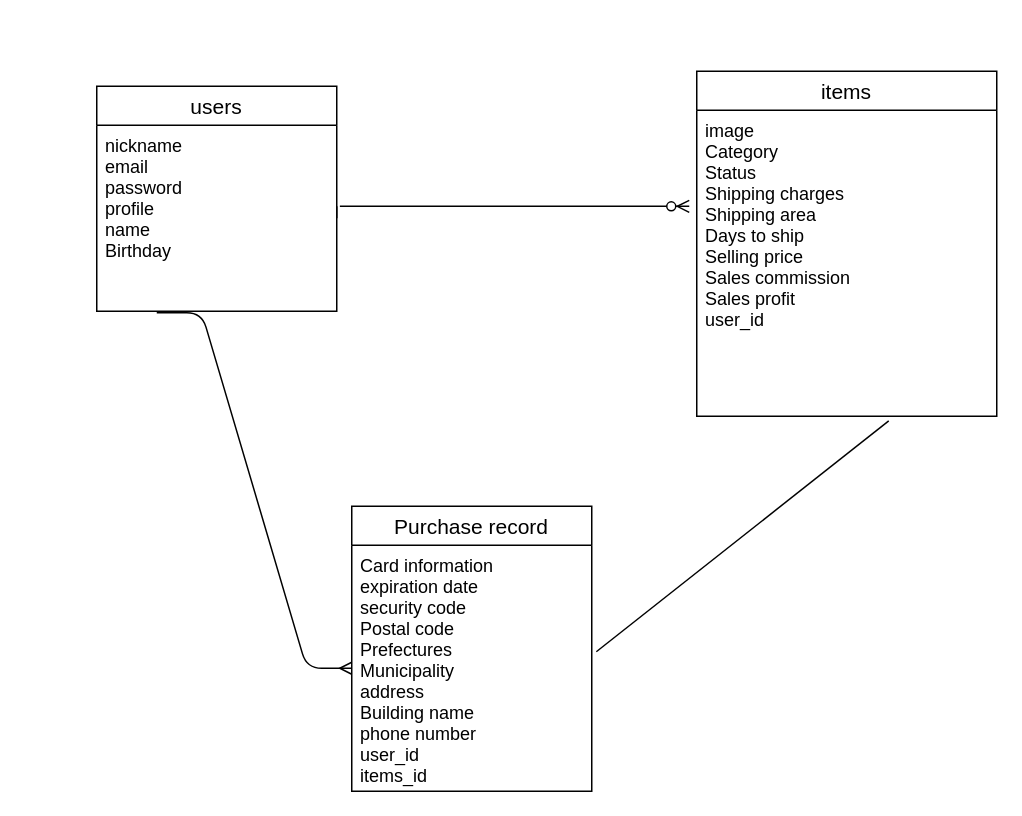
Before: ER.dio in sasasa555/furima-34585, a draw.io diagram. Source tidied: cells renumbered, new cells numbered last; positions are measured from the earlier drawing's top-left corner, leaving out a move shared by most shapes. Both pictures are drawn from the tidied source at 150%, with x=0, y=0 at pixel (96, 70).
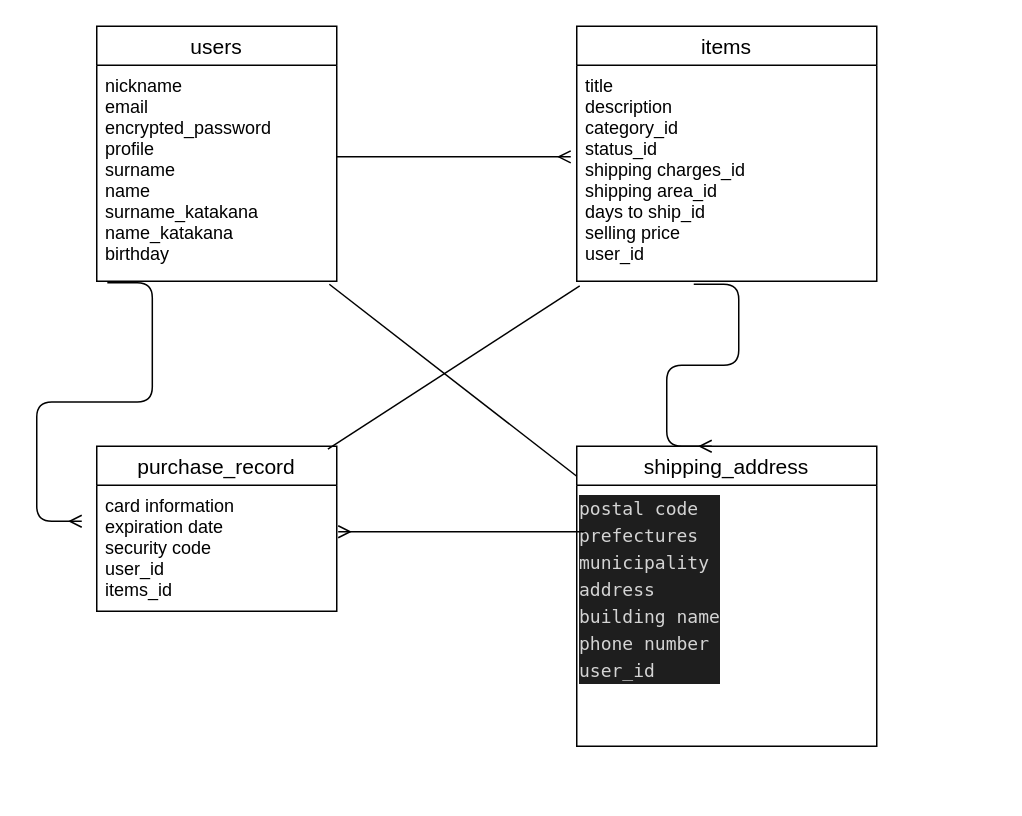
The same page after the edit.

Commit message (it also covers changes not shown here):
テーブル設計の直し

Change to the diagram source:
```diff
@@
     <mxCell id="2" value="users" style="swimlane;fontStyle=0;horizontal=1;startSize=26;align=center;fontSize=14;" parent="1" vertex="1">
-      <mxGeometry y="10" width="160" height="150" as="geometry" />
+      <mxGeometry y="-30" width="160" height="170" as="geometry" />
     </mxCell>
+    <mxCell id="7" value="nickname&#10;email&#10;encrypted_password&#10;profile&#10;surname&#10;name &#10;surname_katakana &#10;name_katakana&#10;birthday" style="text;strokeColor=none;fillColor=none;spacingLeft=4;spacingRight=4;overflow=hidden;points=[[0,0.5],[1,0.5]];portConstraint=eastwest;fontSize=12;" parent="2" vertex="1">
+      <mxGeometry y="26" width="160" height="144" as="geometry" />
+    </mxCell>
     <mxCell id="3" value="items" style="swimlane;fontStyle=0;horizontal=1;startSize=26;align=center;fontSize=14;" parent="1" vertex="1">
-      <mxGeometry x="400" width="200" height="230" as="geometry" />
+      <mxGeometry x="320" y="-30" width="200" height="170" as="geometry" />
     </mxCell>
-    <mxCell id="4" value="image&#10;Category&#10;Status&#10;Shipping charges&#10;Shipping area&#10;Days to ship&#10;Selling price &#10;Sales commission&#10;Sales profit&#10;user_id" style="text;strokeColor=none;fillColor=none;spacingLeft=4;spacingRight=4;overflow=hidden;points=[[0,0.5],[1,0.5]];portConstraint=eastwest;fontSize=12;" parent="3" vertex="1">
-      <mxGeometry y="26" width="200" height="204" as="geometry" />
+    <mxCell id="4" value="title&#10;description&#10;category_id&#10;status_id &#10;shipping charges_id&#10;shipping area_id &#10;days to ship_id &#10;selling price&#10;user_id " style="text;strokeColor=none;fillColor=none;spacingLeft=4;spacingRight=4;overflow=hidden;points=[[0,0.5],[1,0.5]];portConstraint=eastwest;fontSize=12;" parent="3" vertex="1">
+      <mxGeometry y="26" width="200" height="144" as="geometry" />
     </mxCell>
-    <mxCell id="5" value=" Purchase record " style="swimlane;fontStyle=0;horizontal=1;startSize=26;align=center;fontSize=14;" parent="1" vertex="1">
-      <mxGeometry x="170" y="290" width="160" height="190" as="geometry" />
+    <mxCell id="5" value="purchase_record " style="swimlane;fontStyle=0;horizontal=1;startSize=26;align=center;fontSize=14;" parent="1" vertex="1">
+      <mxGeometry y="250" width="160" height="110" as="geometry" />
     </mxCell>
-    <mxCell id="6" value="Card information&#10;expiration date&#10;security code&#10;Postal code&#10;Prefectures&#10;Municipality&#10;address&#10;Building name &#10;phone number&#10;user_id&#10;items_id&#10;" style="text;strokeColor=none;fillColor=none;spacingLeft=4;spacingRight=4;overflow=hidden;points=[[0,0.5],[1,0.5]];portConstraint=eastwest;fontSize=12;" parent="5" vertex="1">
-      <mxGeometry y="26" width="160" height="164" as="geometry" />
+    <mxCell id="6" value="card information&#10;expiration date &#10;security code&#10;user_id &#10;items_id" style="text;strokeColor=none;fillColor=none;spacingLeft=4;spacingRight=4;overflow=hidden;points=[[0,0.5],[1,0.5]];portConstraint=eastwest;fontSize=12;" parent="5" vertex="1">
+      <mxGeometry y="26" width="160" height="84" as="geometry" />
     </mxCell>
-    <mxCell id="7" value="nickname&#10;email&#10;password&#10;profile&#10;name&#10;Birthday" style="text;strokeColor=none;fillColor=none;spacingLeft=4;spacingRight=4;overflow=hidden;points=[[0,0.5],[1,0.5]];portConstraint=eastwest;fontSize=12;" parent="1" vertex="1">
-      <mxGeometry y="36" width="160" height="124" as="geometry" />
-    </mxCell>
-    <mxCell id="8" style="endArrow=none;html=1;rounded=0;entryX=1;entryY=0.5;entryDx=0;entryDy=0;" parent="1" edge="1" target="7">
-      <mxGeometry relative="1" as="geometry">
-        <mxPoint x="160" y="90" as="sourcePoint" />
-      </mxGeometry>
-    </mxCell>
+    <mxCell id="12" value="shipping_address" style="swimlane;fontStyle=0;horizontal=1;startSize=26;align=center;fontSize=14;" parent="1" vertex="1">
+      <mxGeometry x="320" y="250" width="200" height="200" as="geometry" />
+    </mxCell>
+    <mxCell id="13" style="edgeStyle=orthogonalEdgeStyle;rounded=0;jettySize=auto;html=1;exitX=0.5;exitY=1;exitDx=0;exitDy=0;entryX=0.5;entryY=1;entryDx=0;entryDy=0;" parent="12" edge="1" source="14" target="12">
+      <mxGeometry relative="1" as="geometry" />
+    </mxCell>
+    <mxCell id="14" value="&lt;div style=&quot;color: rgb(212 , 212 , 212) ; background-color: rgb(30 , 30 , 30) ; font-family: &amp;#34;menlo&amp;#34; , &amp;#34;monaco&amp;#34; , &amp;#34;courier new&amp;#34; , monospace ; font-weight: normal ; font-size: 12px ; line-height: 18px&quot;&gt;&lt;div style=&quot;font-family: &amp;#34;menlo&amp;#34; , &amp;#34;monaco&amp;#34; , &amp;#34;courier new&amp;#34; , monospace ; line-height: 18px&quot;&gt;&lt;div&gt;postal code&lt;/div&gt;&lt;div&gt;prefectures&lt;/div&gt;&lt;div&gt;municipality&lt;/div&gt;&lt;div&gt;address&lt;/div&gt;&lt;div&gt;building name&lt;/div&gt;&lt;div&gt;phone number&lt;/div&gt;&lt;div&gt;user_id&lt;/div&gt;&lt;/div&gt;&lt;/div&gt;" style="text;whiteSpace=wrap;html=1;" parent="12" vertex="1">
+      <mxGeometry y="26" width="200" height="174" as="geometry" />
+    </mxCell>
-    <mxCell id="9" style="edgeStyle=entityRelationEdgeStyle;fontSize=12;html=1;endArrow=ERzeroToMany;endFill=1;exitX=1.013;exitY=0.435;exitDx=0;exitDy=0;exitPerimeter=0;entryX=-0.025;entryY=0.314;entryDx=0;entryDy=0;entryPerimeter=0;" parent="1" edge="1" source="7" target="4">
+    <mxCell id="9" style="edgeStyle=entityRelationEdgeStyle;fontSize=12;html=1;endArrow=ERmany;entryX=-0.02;entryY=0.424;entryDx=0;entryDy=0;entryPerimeter=0;exitX=1;exitY=0.424;exitDx=0;exitDy=0;exitPerimeter=0;" parent="1" edge="1" source="7" target="4">
       <mxGeometry relative="1" as="geometry" />
     </mxCell>
-    <mxCell id="10" style="edgeStyle=entityRelationEdgeStyle;fontSize=12;html=1;endArrow=ERmany;entryX=0;entryY=0.5;entryDx=0;entryDy=0;exitX=0.25;exitY=1.008;exitDx=0;exitDy=0;exitPerimeter=0;" parent="1" edge="1" source="7" target="6">
-      <mxGeometry relative="1" as="geometry" />
-    </mxCell>
-    <mxCell id="11" style="endArrow=none;html=1;rounded=0;entryX=0.64;entryY=1.015;entryDx=0;entryDy=0;entryPerimeter=0;exitX=1.019;exitY=0.433;exitDx=0;exitDy=0;exitPerimeter=0;" parent="1" edge="1" source="6" target="4">
-      <mxGeometry relative="1" as="geometry" />
-    </mxCell>
+    <mxCell id="15" style="edgeStyle=entityRelationEdgeStyle;fontSize=12;html=1;endArrow=ERmany;exitX=0.044;exitY=1.007;exitDx=0;exitDy=0;exitPerimeter=0;" parent="1" edge="1" source="7">
+      <mxGeometry relative="1" as="geometry">
+        <mxPoint x="-10" y="300" as="targetPoint" />
+      </mxGeometry>
+    </mxCell>
+    <mxCell id="16" style="edgeStyle=orthogonalEdgeStyle;rounded=0;jettySize=auto;html=1;exitX=1;exitY=0.5;exitDx=0;exitDy=0;" parent="1" edge="1" source="7">
+      <mxGeometry relative="1" as="geometry">
+        <mxPoint x="160" y="68" as="targetPoint" />
+      </mxGeometry>
+    </mxCell>
+    <mxCell id="17" style="endArrow=none;html=1;rounded=0;exitX=0.969;exitY=1.014;exitDx=0;exitDy=0;exitPerimeter=0;" parent="1" edge="1" source="7">
+      <mxGeometry relative="1" as="geometry">
+        <mxPoint x="320" y="270" as="targetPoint" />
+      </mxGeometry>
+    </mxCell>
+    <mxCell id="18" style="endArrow=none;html=1;rounded=0;entryX=0.01;entryY=1.021;entryDx=0;entryDy=0;entryPerimeter=0;exitX=0.963;exitY=0.018;exitDx=0;exitDy=0;exitPerimeter=0;" parent="1" edge="1" source="5" target="4">
+      <mxGeometry relative="1" as="geometry" />
+    </mxCell>
+    <mxCell id="19" style="edgeStyle=entityRelationEdgeStyle;fontSize=12;html=1;endArrow=ERmany;entryX=0.45;entryY=0;entryDx=0;entryDy=0;entryPerimeter=0;exitX=0.39;exitY=1.014;exitDx=0;exitDy=0;exitPerimeter=0;" parent="1" edge="1" source="4" target="12">
+      <mxGeometry relative="1" as="geometry" />
+    </mxCell>
+    <mxCell id="20" style="edgeStyle=entityRelationEdgeStyle;fontSize=12;html=1;endArrow=ERmany;entryX=1.006;entryY=0.369;entryDx=0;entryDy=0;entryPerimeter=0;" parent="1" edge="1" target="6">
+      <mxGeometry relative="1" as="geometry">
+        <mxPoint x="300" y="307" as="sourcePoint" />
+      </mxGeometry>
+    </mxCell>
```
